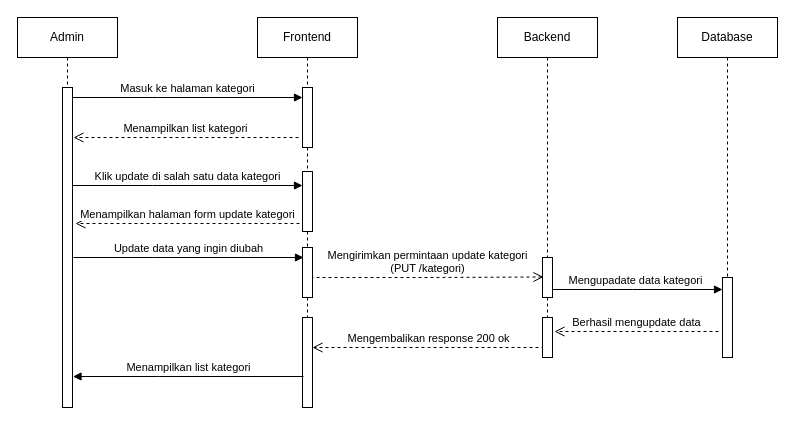
Before: page "Halaman-2" (2 of 9) of Sequence.drawio in sintariaulia/Diagram, a draw.io diagram. Source tidied: cells renumbered, new cells numbered last; positions are measured from the earlier drawing's top-left corner, leaving out a move shared by most shapes. Both pictures are drawn from the tidied source at 100%, with x=0, y=0 at pixel (17, 17).
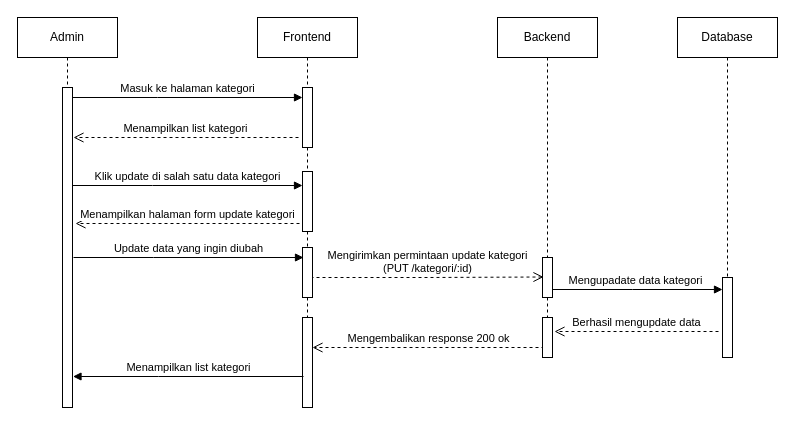
The same page after the edit.

Diff of the diagram source:
```diff
@@
-    <mxCell id="4" value="Mengirimkan permintaan update kategori&lt;br&gt;(PUT /kategori)" style="html=1;verticalAlign=bottom;endArrow=open;dashed=1;endSize=8;edgeStyle=elbowEdgeStyle;elbow=horizontal;curved=0;rounded=0;entryX=-0.2;entryY=0.37;entryDx=0;entryDy=0;entryPerimeter=0;" parent="1" edge="1">
+    <mxCell id="4" value="Mengirimkan permintaan update kategori&lt;br&gt;(PUT /kategori/:id)" style="html=1;verticalAlign=bottom;endArrow=open;dashed=1;endSize=8;edgeStyle=elbowEdgeStyle;elbow=horizontal;curved=0;rounded=0;entryX=-0.2;entryY=0.37;entryDx=0;entryDy=0;entryPerimeter=0;" parent="1" edge="1">
       <mxGeometry relative="1" as="geometry">
         <mxPoint x="293" y="260" as="sourcePoint" />
         <mxPoint x="526" y="259.5" as="targetPoint" />
       </mxGeometry>
     </mxCell>
```
